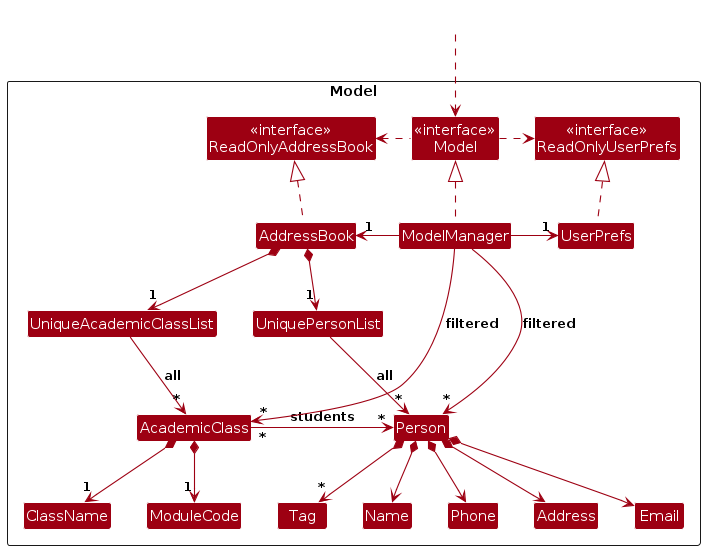
Earlier version of the PlantUML export diagrams/ModelClassDiagram.png (AY2627S1-CS2103-F10-2/tp). Its source is kept beside it as diagrams/ModelClassDiagram.puml.
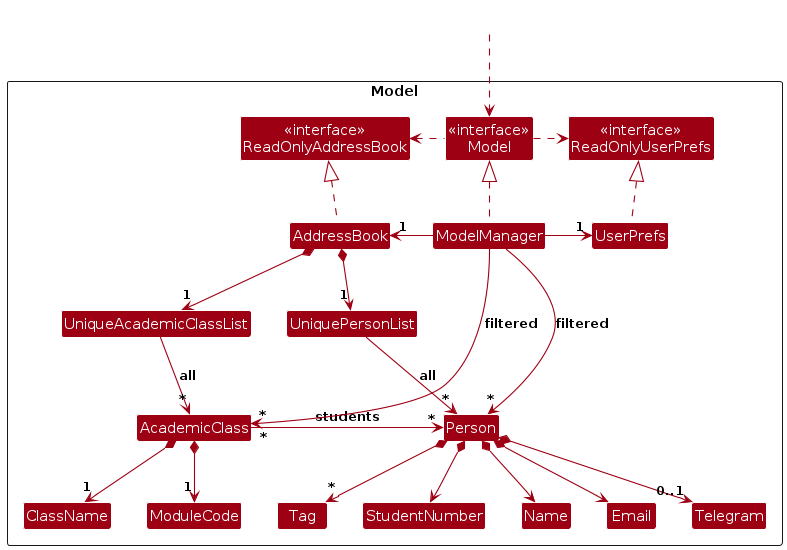
After the commit.

Change to the diagram source:
```diff
@@ -14,10 +14,10 @@
 
 Class UniquePersonList
 Class Person
-Class Address
 Class Email
+Class StudentNumber
 Class Name
-Class Phone
+Class Telegram
 Class Tag
 
 Class UniqueAcademicClassList
@@ -40,10 +40,10 @@
 
 AddressBook *--> "1" UniquePersonList
 UniquePersonList --> "*" Person : all
+Person *--> StudentNumber
 Person *--> Name
-Person *--> Phone
 Person *--> Email
-Person *--> Address
+Person *--> "0..1" Telegram
 Person *--> "*" Tag
 
 AddressBook *--> "1" UniqueAcademicClassList
@@ -54,9 +54,9 @@
 
 UniqueAcademicClassList -[hidden]right-> UniquePersonList
 
-Name -[hidden]right-> Phone
-Phone -[hidden]right-> Address
-Address -[hidden]right-> Email
+StudentNumber -[hidden]right-> Name
+Name -[hidden]right-> Email
+Email -[hidden]right-> Telegram
 
 ModelManager --> "*" Person : filtered
 ModelManager --> "*" AcademicClass : filtered
```
